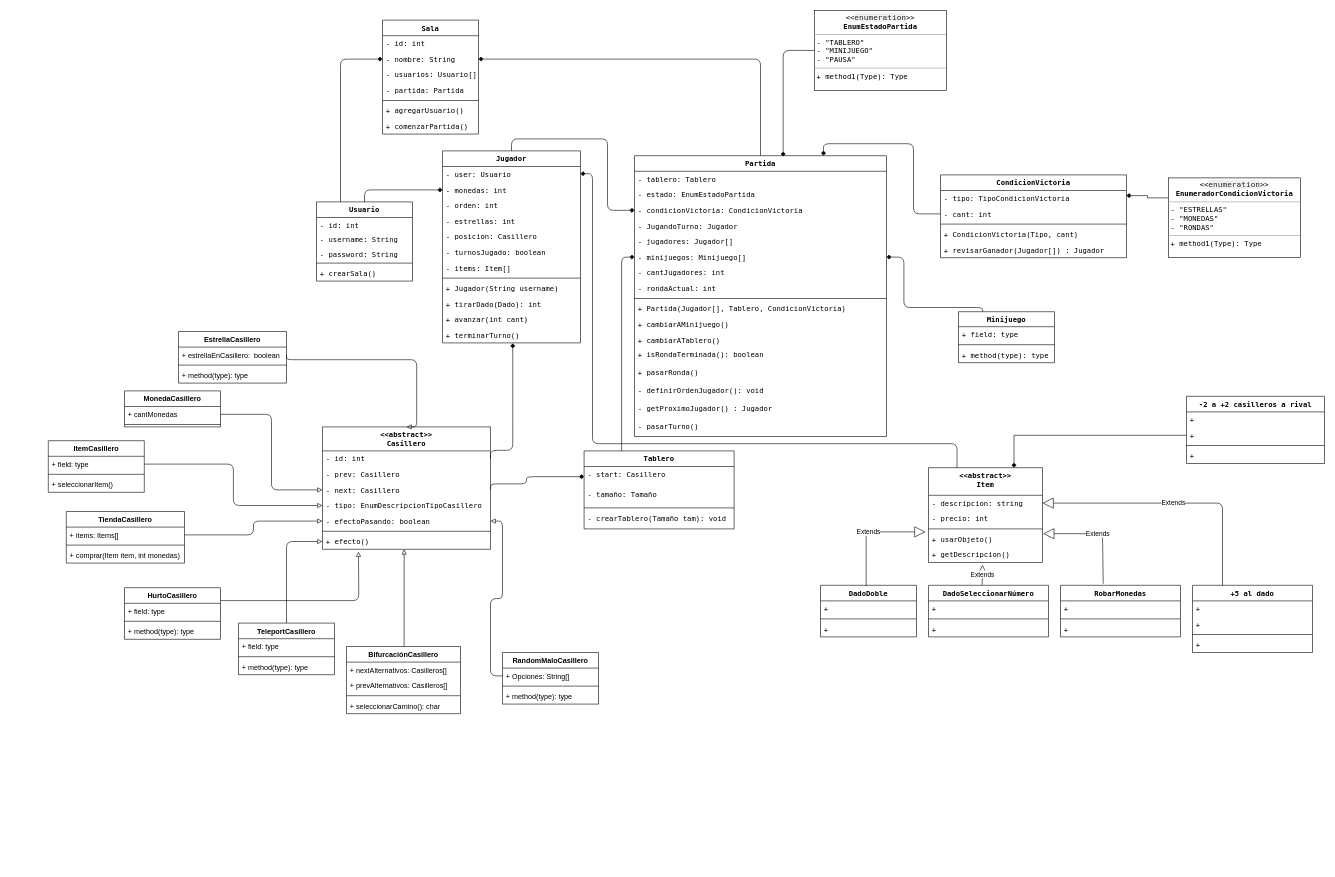
The draw.io diagram docs/ClasesMarioParty.drawio in hansolo-unlam/MarioParty, before the edit. Source tidied: cells renumbered, new cells numbered last; positions are measured from the earlier drawing's top-left corner, leaving out a move shared by most shapes. Both pictures are drawn from the tidied source at 60%, with x=0, y=0 at pixel (48, 10).
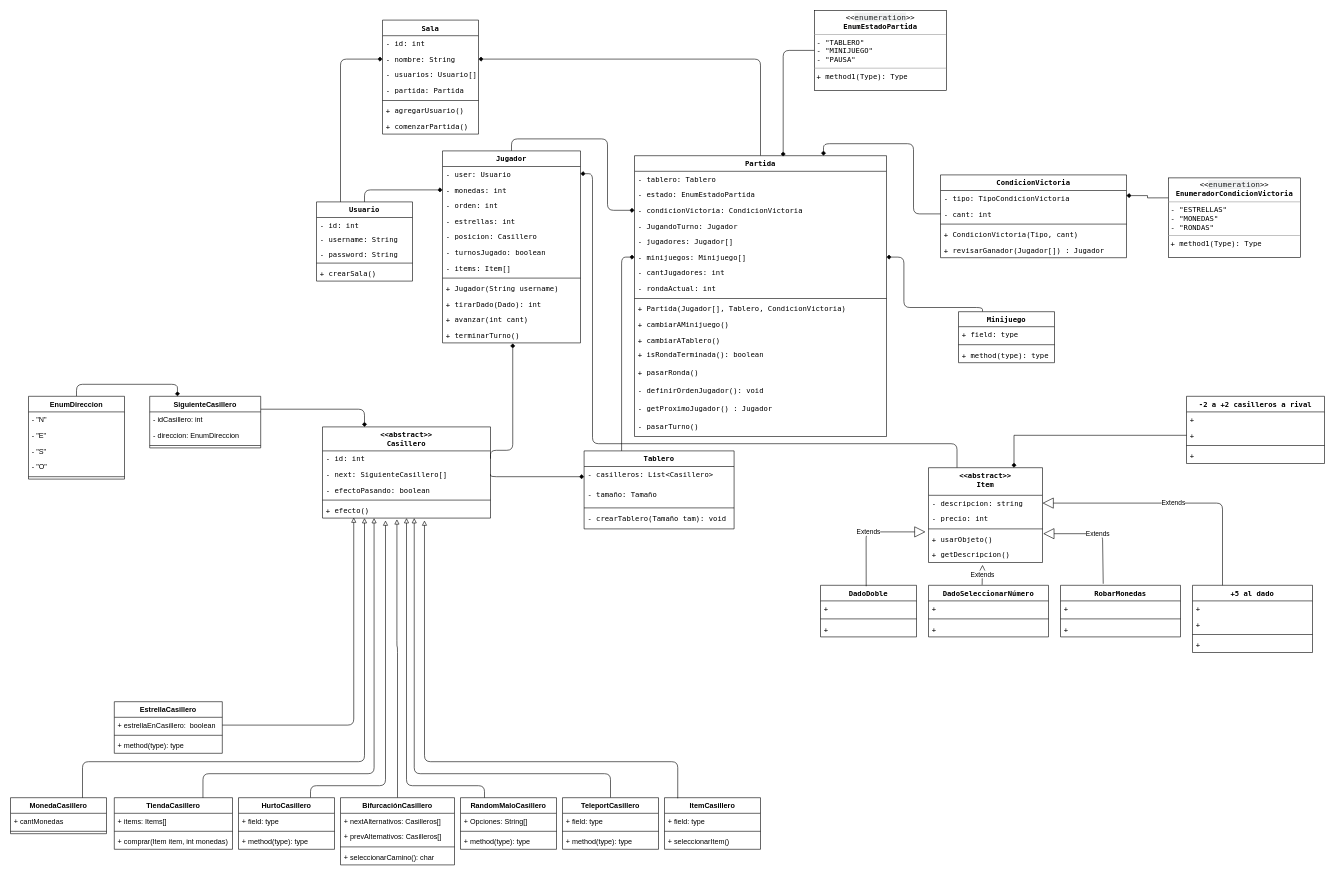
After the change.

Commit message:
Acomodadas clases casillero e incluida clase SiguienteCasillero

The change refers to these unchanged cells:
```xml
<mxCell id="3" value="Tablero" style="swimlane;fontStyle=1;align=center;verticalAlign=top;horizontal=1;startSize=26;fontFamily=Lucida Console;" parent="1" vertex="1">
  <mxGeometry x="893" y="734" width="250" height="130" as="geometry" />
</mxCell>
<mxCell id="116" value="+ cantMonedas" style="text;strokeColor=none;fillColor=none;align=left;verticalAlign=top;spacingLeft=4;spacingRight=4;overflow=hidden;points=[[0,0.5],[1,0.5]];portConstraint=eastwest;" parent="115" vertex="1">
  <mxGeometry y="26" width="160" height="26" as="geometry" />
</mxCell>
<mxCell id="119" value="+ field: type" style="text;strokeColor=none;fillColor=none;align=left;verticalAlign=top;spacingLeft=4;spacingRight=4;overflow=hidden;points=[[0,0.5],[1,0.5]];portConstraint=eastwest;" parent="118" vertex="1">
  <mxGeometry y="26" width="160" height="26" as="geometry" />
</mxCell>
<mxCell id="123" value="+ items: Items[]" style="text;strokeColor=none;fillColor=none;align=left;verticalAlign=top;spacingLeft=4;spacingRight=4;overflow=hidden;points=[[0,0.5],[1,0.5]];portConstraint=eastwest;" parent="122" vertex="1">
  <mxGeometry y="26" width="197" height="26" as="geometry" />
</mxCell>
<mxCell id="133" value="+ estrellaEnCasillero:  boolean" style="text;strokeColor=none;fillColor=none;align=left;verticalAlign=top;spacingLeft=4;spacingRight=4;overflow=hidden;points=[[0,0.5],[1,0.5]];portConstraint=eastwest;" parent="132" vertex="1">
  <mxGeometry y="26" width="180" height="26" as="geometry" />
</mxCell>
<mxCell id="147" value="+ Opciones: String[]" style="text;strokeColor=none;fillColor=none;align=left;verticalAlign=top;spacingLeft=4;spacingRight=4;overflow=hidden;points=[[0,0.5],[1,0.5]];portConstraint=eastwest;" parent="146" vertex="1">
  <mxGeometry y="26" width="160" height="26" as="geometry" />
</mxCell>
```

The edit, as a diff of the source:
```diff
@@
-    <mxCell id="4" value="- start: Casillero&#10;&#10;&#10;&#10;" style="text;strokeColor=none;fillColor=none;align=left;verticalAlign=top;spacingLeft=4;spacingRight=4;overflow=hidden;points=[[0,0.5],[1,0.5]];portConstraint=eastwest;fontFamily=Lucida Console;" parent="3" vertex="1">
+    <mxCell id="4" value="- casilleros: List&lt;Casillero&gt;" style="text;strokeColor=none;fillColor=none;align=left;verticalAlign=top;spacingLeft=4;spacingRight=4;overflow=hidden;points=[[0,0.5],[1,0.5]];portConstraint=eastwest;fontFamily=Lucida Console;" parent="3" vertex="1">
       <mxGeometry y="26" width="250" height="34" as="geometry" />
     </mxCell>
@@
     <mxCell id="75" value="&lt;&lt;abstract&gt;&gt;&#10;Casillero" style="swimlane;fontStyle=1;align=center;verticalAlign=top;horizontal=1;startSize=40;fontFamily=Lucida Console;" parent="1" vertex="1">
-      <mxGeometry x="457" y="694" width="280" height="204" as="geometry" />
+      <mxGeometry x="457" y="694" width="280" height="152" as="geometry" />
     </mxCell>
@@
-    <mxCell id="77" value="- prev: Casillero&#10;" style="text;strokeColor=none;fillColor=none;align=left;verticalAlign=top;spacingLeft=4;spacingRight=4;overflow=hidden;fontFamily=Lucida Console;" parent="75" vertex="1">
-      <mxGeometry y="66" width="280" height="26" as="geometry" />
-    </mxCell>
-    <mxCell id="78" value="- next: Casillero" style="text;strokeColor=none;fillColor=none;align=left;verticalAlign=top;spacingLeft=4;spacingRight=4;overflow=hidden;points=[[0,0.5],[1,0.5]];portConstraint=eastwest;fontFamily=Lucida Console;" parent="75" vertex="1">
-      <mxGeometry y="92" width="280" height="26" as="geometry" />
+    <mxCell id="78" value="- next: SiguienteCasillero[]" style="text;strokeColor=none;fillColor=none;align=left;verticalAlign=top;spacingLeft=4;spacingRight=4;overflow=hidden;points=[[0,0.5],[1,0.5]];portConstraint=eastwest;fontFamily=Lucida Console;" parent="75" vertex="1">
+      <mxGeometry y="66" width="280" height="26" as="geometry" />
     </mxCell>
-    <mxCell id="79" value="- tipo: EnumDescripcionTipoCasillero&#10;&#10;&#10;" style="text;strokeColor=none;fillColor=none;align=left;verticalAlign=top;spacingLeft=4;spacingRight=4;overflow=hidden;points=[[0,0.5],[1,0.5]];portConstraint=eastwest;fontFamily=Lucida Console;" parent="75" vertex="1">
-      <mxGeometry y="118" width="280" height="26" as="geometry" />
-    </mxCell>
     <mxCell id="80" value="- efectoPasando: boolean" style="text;strokeColor=none;fillColor=none;align=left;verticalAlign=top;spacingLeft=4;spacingRight=4;overflow=hidden;points=[[0,0.5],[1,0.5]];portConstraint=eastwest;fontFamily=Lucida Console;" parent="75" vertex="1">
-      <mxGeometry y="144" width="280" height="26" as="geometry" />
+      <mxGeometry y="92" width="280" height="26" as="geometry" />
     </mxCell>
     <mxCell id="81" style="line;strokeWidth=1;fillColor=none;align=left;verticalAlign=middle;spacingTop=-1;spacingLeft=3;spacingRight=3;labelPosition=right;fontFamily=Lucida Console;" parent="75" vertex="1">
-      <mxGeometry y="170" width="280" height="8" as="geometry" />
+      <mxGeometry y="118" width="280" height="8" as="geometry" />
     </mxCell>
     <mxCell id="82" value="+ efecto()" style="text;strokeColor=none;fillColor=none;align=left;verticalAlign=top;spacingLeft=4;spacingRight=4;overflow=hidden;points=[[0,0.5],[1,0.5]];portConstraint=eastwest;fontFamily=Lucida Console;" parent="75" vertex="1">
-      <mxGeometry y="178" width="280" height="26" as="geometry" />
+      <mxGeometry y="126" width="280" height="26" as="geometry" />
     </mxCell>
     <mxCell id="83" style="edgeStyle=orthogonalEdgeStyle;rounded=1;jettySize=auto;html=1;entryX=0;entryY=0.5;entryDx=0;entryDy=0;startArrow=none;startFill=0;endArrow=diamond;endFill=1;fontFamily=Lucida Console;exitX=1;exitY=0.5;exitDx=0;exitDy=0;" parent="1" edge="1" source="78" target="4">
       <mxGeometry relative="1" as="geometry">
         <Array as="points">
-          <mxPoint x="737" y="789" />
-          <mxPoint x="797" y="789" />
-          <mxPoint x="797" y="777" />
+          <mxPoint x="737" y="777" />
         </Array>
       </mxGeometry>
     </mxCell>
@@
     <mxCell id="115" value="MonedaCasillero" style="swimlane;fontStyle=1;align=center;verticalAlign=top;horizontal=1;startSize=26;" parent="1" vertex="1">
-      <mxGeometry x="127" y="634" width="160" height="60" as="geometry" />
+      <mxGeometry x="-63" y="1312" width="160" height="60" as="geometry" />
     </mxCell>
@@
     <mxCell id="118" value="ItemCasillero" style="swimlane;fontStyle=1;align=center;verticalAlign=top;horizontal=1;startSize=26;" parent="1" vertex="1">
-      <mxGeometry y="717" width="160" height="86" as="geometry" />
+      <mxGeometry x="1027" y="1312" width="160" height="86" as="geometry" />
     </mxCell>
@@
     <mxCell id="122" value="TiendaCasillero" style="swimlane;fontStyle=1;align=center;verticalAlign=top;horizontal=1;startSize=26;" parent="1" vertex="1">
-      <mxGeometry x="30" y="835" width="197" height="86" as="geometry" />
+      <mxGeometry x="110" y="1312" width="197" height="86" as="geometry" />
     </mxCell>
@@
-    <mxCell id="126" style="edgeStyle=orthogonalEdgeStyle;rounded=1;jettySize=auto;html=1;exitX=0.5;exitY=0;exitDx=0;exitDy=0;entryX=0.486;entryY=1;entryDx=0;entryDy=0;entryPerimeter=0;endArrow=block;endFill=0;" parent="1" edge="1" source="127" target="82">
+    <mxCell id="126" style="edgeStyle=orthogonalEdgeStyle;rounded=1;jettySize=auto;html=1;exitX=0.5;exitY=0;exitDx=0;exitDy=0;entryX=0.443;entryY=1.077;entryDx=0;entryDy=0;entryPerimeter=0;endArrow=block;endFill=0;" parent="1" edge="1" source="127" target="82">
       <mxGeometry relative="1" as="geometry">
         <Array as="points">
-          <mxPoint x="593" y="1060" />
+          <mxPoint x="582" y="1060" />
+          <mxPoint x="581" y="1060" />
         </Array>
       </mxGeometry>
     </mxCell>
     <mxCell id="127" value="BifurcaciónCasillero" style="swimlane;fontStyle=1;align=center;verticalAlign=top;horizontal=1;startSize=26;" parent="1" vertex="1">
-      <mxGeometry x="497" y="1060" width="190" height="112" as="geometry" />
+      <mxGeometry x="487" y="1312" width="190" height="112" as="geometry" />
     </mxCell>
@@
     <mxCell id="132" value="EstrellaCasillero" style="swimlane;fontStyle=1;align=center;verticalAlign=top;horizontal=1;startSize=26;" parent="1" vertex="1">
-      <mxGeometry x="217" y="535" width="180" height="86" as="geometry" />
+      <mxGeometry x="110" y="1152" width="180" height="86" as="geometry" />
     </mxCell>
@@
-    <mxCell id="136" style="edgeStyle=orthogonalEdgeStyle;rounded=1;jettySize=auto;html=1;exitX=1;exitY=0.25;exitDx=0;exitDy=0;endArrow=block;endFill=0;" parent="1" edge="1" source="137">
+    <mxCell id="136" style="edgeStyle=orthogonalEdgeStyle;rounded=1;jettySize=auto;html=1;exitX=0.75;exitY=0;exitDx=0;exitDy=0;endArrow=block;endFill=0;entryX=0.375;entryY=1.154;entryDx=0;entryDy=0;entryPerimeter=0;" parent="1" edge="1" source="137" target="82">
       <mxGeometry relative="1" as="geometry">
-        <mxPoint x="517" y="902" as="targetPoint" />
+        <Array as="points">
+          <mxPoint x="437" y="1292" />
+          <mxPoint x="562" y="1292" />
+        </Array>
       </mxGeometry>
     </mxCell>
     <mxCell id="137" value="HurtoCasillero" style="swimlane;fontStyle=1;align=center;verticalAlign=top;horizontal=1;startSize=26;" parent="1" vertex="1">
-      <mxGeometry x="127" y="962" width="160" height="86" as="geometry" />
+      <mxGeometry x="317" y="1312" width="160" height="86" as="geometry" />
     </mxCell>
@@
-    <mxCell id="141" style="edgeStyle=orthogonalEdgeStyle;rounded=1;jettySize=auto;html=1;exitX=0.5;exitY=0;exitDx=0;exitDy=0;entryX=0;entryY=0.5;entryDx=0;entryDy=0;endArrow=block;endFill=0;" parent="1" edge="1" source="142" target="82">
-      <mxGeometry relative="1" as="geometry" />
+    <mxCell id="141" style="edgeStyle=orthogonalEdgeStyle;rounded=1;jettySize=auto;html=1;exitX=0.5;exitY=0;exitDx=0;exitDy=0;entryX=0.546;entryY=1;entryDx=0;entryDy=0;endArrow=block;endFill=0;entryPerimeter=0;" parent="1" edge="1" source="142" target="82">
+      <mxGeometry relative="1" as="geometry">
+        <Array as="points">
+          <mxPoint x="937" y="1272" />
+          <mxPoint x="610" y="1272" />
+        </Array>
+      </mxGeometry>
     </mxCell>
     <mxCell id="142" value="TeleportCasillero" style="swimlane;fontStyle=1;align=center;verticalAlign=top;horizontal=1;startSize=26;" parent="1" vertex="1">
-      <mxGeometry x="317" y="1021" width="160" height="86" as="geometry" />
+      <mxGeometry x="857" y="1312" width="160" height="86" as="geometry" />
     </mxCell>
@@
     <mxCell id="146" value="RandomMaloCasillero" style="swimlane;fontStyle=1;align=center;verticalAlign=top;horizontal=1;startSize=26;" parent="1" vertex="1">
-      <mxGeometry x="757" y="1070" width="160" height="86" as="geometry" />
+      <mxGeometry x="687" y="1312" width="160" height="86" as="geometry" />
     </mxCell>
@@
-    <mxCell id="150" style="edgeStyle=orthogonalEdgeStyle;rounded=1;jettySize=auto;html=1;exitX=1;exitY=0.5;exitDx=0;exitDy=0;entryX=0.5;entryY=0;entryDx=0;entryDy=0;endArrow=block;endFill=0;" parent="1" edge="1" source="133" target="75">
+    <mxCell id="150" style="edgeStyle=orthogonalEdgeStyle;rounded=1;jettySize=auto;html=1;exitX=1;exitY=0.5;exitDx=0;exitDy=0;endArrow=block;endFill=0;entryX=0.186;entryY=0.962;entryDx=0;entryDy=0;entryPerimeter=0;" parent="1" edge="1" source="133" target="82">
       <mxGeometry relative="1" as="geometry">
         <Array as="points">
-          <mxPoint x="397" y="582" />
-          <mxPoint x="614" y="582" />
+          <mxPoint x="509" y="1191" />
         </Array>
       </mxGeometry>
     </mxCell>
-    <mxCell id="151" style="edgeStyle=orthogonalEdgeStyle;rounded=1;jettySize=auto;html=1;exitX=1;exitY=0.5;exitDx=0;exitDy=0;entryX=0;entryY=0.5;entryDx=0;entryDy=0;endArrow=block;endFill=0;" parent="1" edge="1" source="116" target="78">
-      <mxGeometry relative="1" as="geometry" />
+    <mxCell id="151" style="edgeStyle=orthogonalEdgeStyle;rounded=1;jettySize=auto;html=1;exitX=0.75;exitY=0;exitDx=0;exitDy=0;endArrow=block;endFill=0;entryX=0.25;entryY=1;entryDx=0;entryDy=0;" parent="1" edge="1" source="115" target="75">
+      <mxGeometry relative="1" as="geometry">
+        <Array as="points">
+          <mxPoint x="57" y="1252" />
+          <mxPoint x="527" y="1252" />
+        </Array>
+      </mxGeometry>
     </mxCell>
-    <mxCell id="152" style="edgeStyle=orthogonalEdgeStyle;rounded=1;jettySize=auto;html=1;exitX=1;exitY=0.5;exitDx=0;exitDy=0;entryX=0;entryY=0.5;entryDx=0;entryDy=0;endArrow=block;endFill=0;" parent="1" edge="1" source="119" target="79">
-      <mxGeometry relative="1" as="geometry" />
+    <mxCell id="152" style="edgeStyle=orthogonalEdgeStyle;rounded=1;jettySize=auto;html=1;exitX=0.138;exitY=0.012;exitDx=0;exitDy=0;endArrow=block;endFill=0;exitPerimeter=0;entryX=0.607;entryY=1.154;entryDx=0;entryDy=0;entryPerimeter=0;" parent="1" edge="1" source="118" target="82">
+      <mxGeometry relative="1" as="geometry">
+        <Array as="points">
+          <mxPoint x="1049" y="1252" />
+          <mxPoint x="627" y="1252" />
+        </Array>
+      </mxGeometry>
     </mxCell>
-    <mxCell id="153" style="edgeStyle=orthogonalEdgeStyle;rounded=1;jettySize=auto;html=1;exitX=1;exitY=0.5;exitDx=0;exitDy=0;entryX=0;entryY=0.5;entryDx=0;entryDy=0;endArrow=block;endFill=0;" parent="1" edge="1" source="123" target="80">
-      <mxGeometry relative="1" as="geometry" />
+    <mxCell id="153" style="edgeStyle=orthogonalEdgeStyle;rounded=1;jettySize=auto;html=1;exitX=0.75;exitY=0;exitDx=0;exitDy=0;entryX=0.307;entryY=1;entryDx=0;entryDy=0;endArrow=block;endFill=0;entryPerimeter=0;" parent="1" edge="1" source="122" target="82">
+      <mxGeometry relative="1" as="geometry">
+        <Array as="points">
+          <mxPoint x="258" y="1272" />
+          <mxPoint x="543" y="1272" />
+        </Array>
+      </mxGeometry>
     </mxCell>
-    <mxCell id="154" style="edgeStyle=orthogonalEdgeStyle;rounded=1;jettySize=auto;html=1;exitX=0;exitY=0.5;exitDx=0;exitDy=0;entryX=1;entryY=0.5;entryDx=0;entryDy=0;endArrow=block;endFill=0;" parent="1" edge="1" source="147" target="80">
-      <mxGeometry relative="1" as="geometry" />
+    <mxCell id="154" style="edgeStyle=orthogonalEdgeStyle;rounded=1;jettySize=auto;html=1;exitX=0.25;exitY=0;exitDx=0;exitDy=0;entryX=0.5;entryY=1;entryDx=0;entryDy=0;endArrow=block;endFill=0;" parent="1" edge="1" source="146" target="75">
+      <mxGeometry relative="1" as="geometry">
+        <Array as="points">
+          <mxPoint x="727" y="1292" />
+          <mxPoint x="597" y="1292" />
+        </Array>
+      </mxGeometry>
     </mxCell>
@@
+    <mxCell id="157" style="edgeStyle=orthogonalEdgeStyle;rounded=1;jettySize=auto;html=1;exitX=1;exitY=0.25;exitDx=0;exitDy=0;entryX=0.25;entryY=0;entryDx=0;entryDy=0;endArrow=diamond;endFill=1;" parent="1" edge="1" source="158" target="75">
+      <mxGeometry relative="1" as="geometry" />
+    </mxCell>
+    <mxCell id="158" value="SiguienteCasillero" style="swimlane;fontStyle=1;align=center;verticalAlign=top;horizontal=1;startSize=26;" parent="1" vertex="1">
+      <mxGeometry x="169" y="643" width="185" height="86" as="geometry" />
+    </mxCell>
+    <mxCell id="159" value="- idCasillero: int" style="text;strokeColor=none;fillColor=none;align=left;verticalAlign=top;spacingLeft=4;spacingRight=4;overflow=hidden;" parent="158" vertex="1">
+      <mxGeometry y="26" width="185" height="26" as="geometry" />
+    </mxCell>
+    <mxCell id="160" value="- direccion: EnumDireccion" style="text;strokeColor=none;fillColor=none;align=left;verticalAlign=top;spacingLeft=4;spacingRight=4;overflow=hidden;" parent="158" vertex="1">
+      <mxGeometry y="52" width="185" height="26" as="geometry" />
+    </mxCell>
+    <mxCell id="161" style="line;strokeWidth=1;fillColor=none;align=left;verticalAlign=middle;spacingTop=-1;spacingLeft=3;spacingRight=3;labelPosition=right;" parent="158" vertex="1">
+      <mxGeometry y="78" width="185" height="8" as="geometry" />
+    </mxCell>
+    <mxCell id="162" style="edgeStyle=orthogonalEdgeStyle;rounded=1;jettySize=auto;html=1;exitX=0.5;exitY=0;exitDx=0;exitDy=0;entryX=0.25;entryY=0;entryDx=0;entryDy=0;endArrow=diamond;endFill=1;" parent="1" edge="1" source="163" target="158">
+      <mxGeometry relative="1" as="geometry" />
+    </mxCell>
+    <mxCell id="163" value="EnumDireccion" style="swimlane;fontStyle=1;align=center;verticalAlign=top;horizontal=1;startSize=26;" parent="1" vertex="1">
+      <mxGeometry x="-33" y="643" width="160" height="138" as="geometry" />
+    </mxCell>
+    <mxCell id="164" value="- &quot;N&quot;" style="text;strokeColor=none;fillColor=none;align=left;verticalAlign=top;spacingLeft=4;spacingRight=4;overflow=hidden;" parent="163" vertex="1">
+      <mxGeometry y="26" width="160" height="26" as="geometry" />
+    </mxCell>
+    <mxCell id="165" value="- &quot;E&quot;" style="text;strokeColor=none;fillColor=none;align=left;verticalAlign=top;spacingLeft=4;spacingRight=4;overflow=hidden;" parent="163" vertex="1">
+      <mxGeometry y="52" width="160" height="26" as="geometry" />
+    </mxCell>
+    <mxCell id="166" value="- &quot;S&quot;" style="text;strokeColor=none;fillColor=none;align=left;verticalAlign=top;spacingLeft=4;spacingRight=4;overflow=hidden;" parent="163" vertex="1">
+      <mxGeometry y="78" width="160" height="26" as="geometry" />
+    </mxCell>
+    <mxCell id="167" value="- &quot;O&quot;" style="text;strokeColor=none;fillColor=none;align=left;verticalAlign=top;spacingLeft=4;spacingRight=4;overflow=hidden;" parent="163" vertex="1">
+      <mxGeometry y="104" width="160" height="26" as="geometry" />
+    </mxCell>
+    <mxCell id="168" style="line;strokeWidth=1;fillColor=none;align=left;verticalAlign=middle;spacingTop=-1;spacingLeft=3;spacingRight=3;labelPosition=right;" parent="163" vertex="1">
+      <mxGeometry y="130" width="160" height="8" as="geometry" />
+    </mxCell>
```
